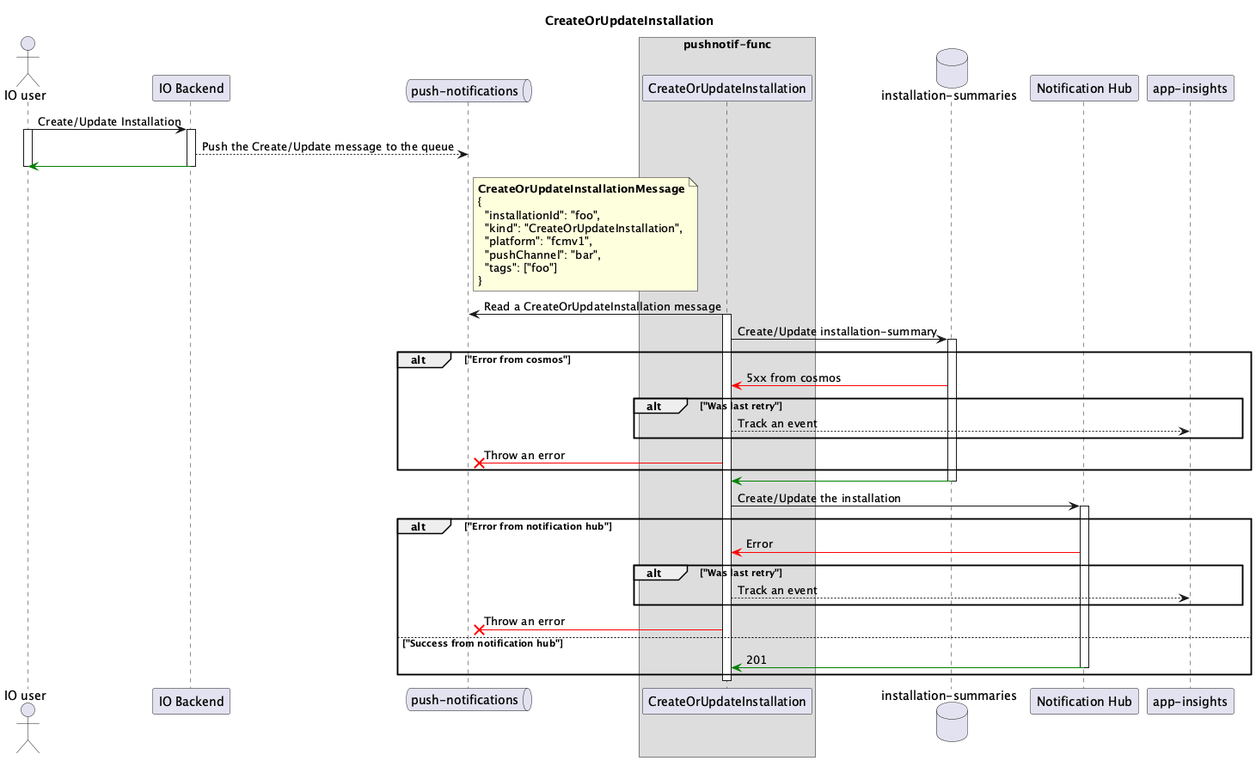
Earlier version of the PlantUML export apps/pushnotif-func/docs/png/create-or-update.png (pagopa/io-messages). Its diagram source:
```plantuml
@startuml

title CreateOrUpdateInstallation

actor "IO user" as iou
participant "IO Backend" as be

queue "push-notifications" as pnq

box "pushnotif-func"
  participant "CreateOrUpdateInstallation" as pn
end box

database "installation-summaries" as ic

participant "Notification Hub" as nh

participant "app-insights" as ai

iou -> be : Create/Update Installation
activate iou
activate be

be --> pnq : Push the Create/Update message to the queue

be -[#green]> iou

deactivate be
deactivate iou

note right of pnq
  **CreateOrUpdateInstallationMessage**
  {
    "installationId": "foo",
    "kind": "CreateOrUpdateInstallation",
    "platform": "fcmv1",
    "pushChannel": "bar",
    "tags": ["foo"]
  }
end note
pn -> pnq : Read a CreateOrUpdateInstallation message
activate pn

pn -> ic : Create/Update installation-summary
activate ic

alt "Error from cosmos"
  ic -[#red]> pn : 5xx from cosmos
  alt "Was last retry"
    pn --> ai : Track an event
  end
  pn -[#red]>X pnq: Throw an error
end

ic -[#green]> pn
deactivate ic

pn -> nh : Create/Update the installation
activate nh
alt "Error from notification hub"
  nh -[#red]> pn : Error
  alt "Was last retry"
    pn --> ai : Track an event
  end
  pn -[#red]>X pnq: Throw an error
else "Success from notification hub"
  nh -[#green]> pn : 201
  deactivate nh
end

deactivate pn

@enduml
```
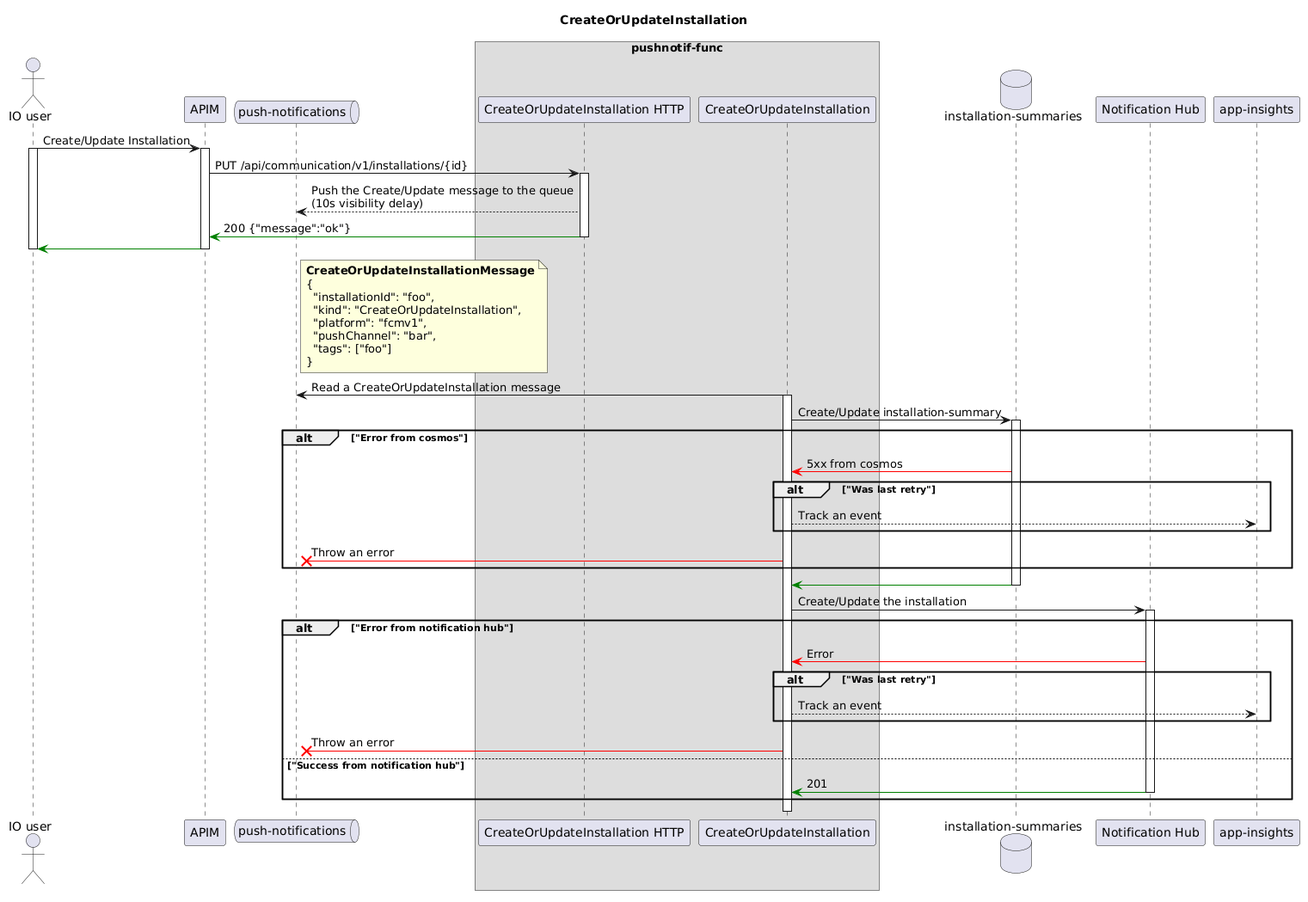
The same file after the commit.

Commit message:
Removed fp-ts from new installation endpoint and added neverthrow with hexagonal-core library reference

What changed in the source:
```diff
@@ -3,11 +3,12 @@
 title CreateOrUpdateInstallation
 
 actor "IO user" as iou
-participant "IO Backend" as be
+participant "APIM" as apim
 
 queue "push-notifications" as pnq
 
 box "pushnotif-func"
+  participant "CreateOrUpdateInstallation HTTP" as api
   participant "CreateOrUpdateInstallation" as pn
 end box
 
@@ -17,15 +18,19 @@
 
 participant "app-insights" as ai
 
-iou -> be : Create/Update Installation
+iou -> apim : Create/Update Installation
 activate iou
-activate be
+activate apim
 
-be --> pnq : Push the Create/Update message to the queue
+apim -> api : PUT /api/communication/v1/installations/{id}
+activate api
+api --> pnq : Push the Create/Update message to the queue\n(10s visibility delay)
+api -[#green]> apim : 200 {"message":"ok"}
+deactivate api
 
-be -[#green]> iou
+apim -[#green]> iou
 
-deactivate be
+deactivate apim
 deactivate iou
 
 note right of pnq
```
